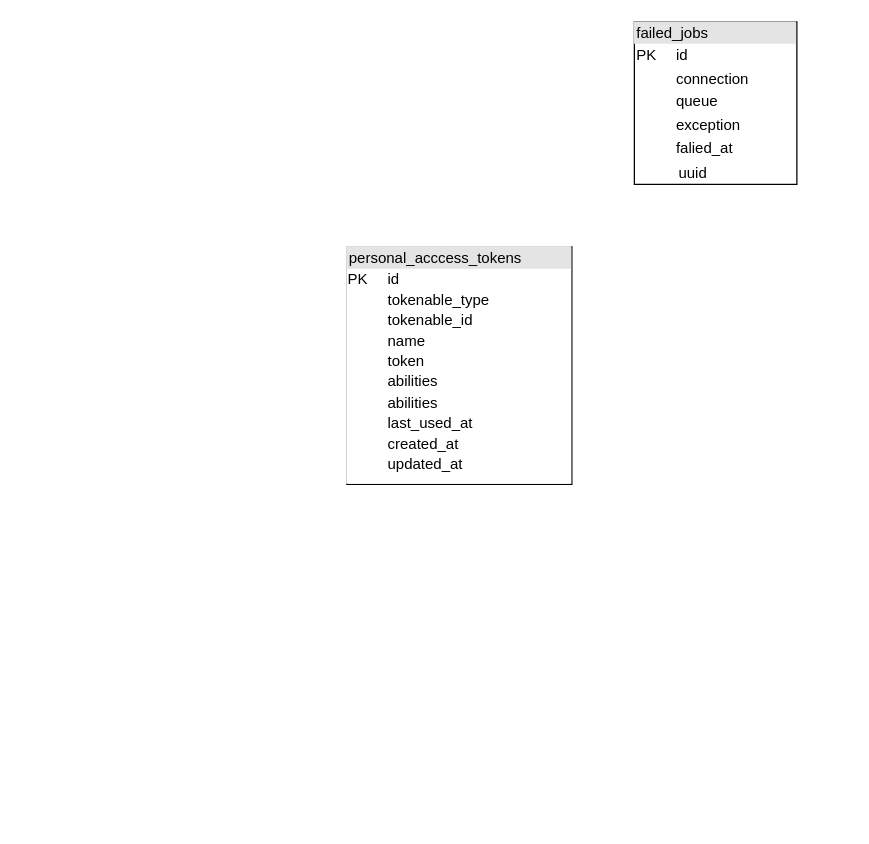
The draw.io diagram BD_MEMLA.drawio in harlock/Diagramas, before the edit. Source tidied: cells renumbered, new cells numbered last; positions are measured from the earlier drawing's top-left corner, leaving out a move shared by most shapes. Both pictures are drawn from the tidied source at 125%, with x=0, y=0 at pixel (346, 21).
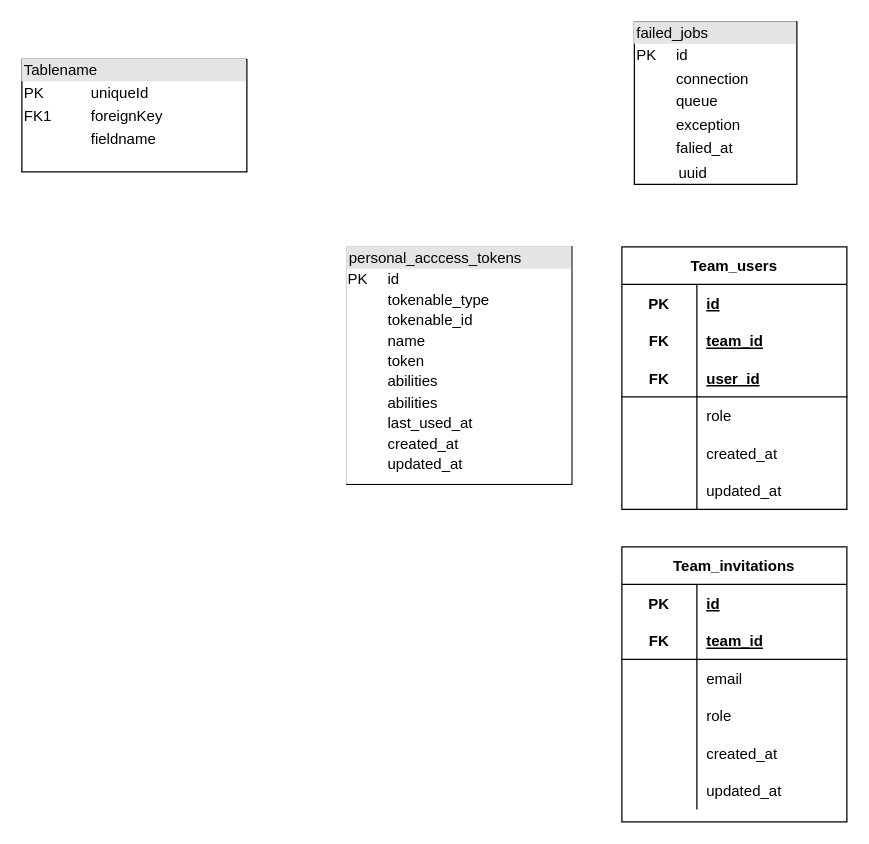
The same diagram, later.

Change to the diagram source:
```diff
@@
+    <mxCell id="4" value="&lt;div style=&quot;box-sizing:border-box;width:100%;background:#e4e4e4;padding:2px;&quot;&gt;Tablename&lt;/div&gt;&lt;table style=&quot;width:100%;font-size:1em;&quot; cellpadding=&quot;2&quot; cellspacing=&quot;0&quot;&gt;&lt;tr&gt;&lt;td&gt;PK&lt;/td&gt;&lt;td&gt;uniqueId&lt;/td&gt;&lt;/tr&gt;&lt;tr&gt;&lt;td&gt;FK1&lt;/td&gt;&lt;td&gt;foreignKey&lt;/td&gt;&lt;/tr&gt;&lt;tr&gt;&lt;td&gt;&lt;/td&gt;&lt;td&gt;fieldname&lt;/td&gt;&lt;/tr&gt;&lt;/table&gt;" style="verticalAlign=top;align=left;overflow=fill;html=1;" parent="1" vertex="1">
+      <mxGeometry x="-260" y="30" width="180" height="90" as="geometry" />
+    </mxCell>
+    <mxCell id="5" value="Team_users" style="shape=table;startSize=30;childLayout=tableLayout;rowLines=0;fontStyle=1;align=center;" parent="1" vertex="1">
+      <mxGeometry x="220" y="180" width="180" height="210" as="geometry" />
+    </mxCell>
+    <mxCell id="6" style="shape=tableRow;horizontal=0;startSize=0;swimlaneHead=0;swimlaneBody=0;fillColor=none;top=0;left=0;right=0;bottom=0;" parent="5" vertex="1">
+      <mxGeometry y="30" width="180" height="30" as="geometry" />
+    </mxCell>
+    <mxCell id="7" value="PK" style="shape=partialRectangle;fillColor=none;top=0;left=0;bottom=0;right=0;fontStyle=1;overflow=hidden;" parent="6" vertex="1">
+      <mxGeometry width="60" height="30" as="geometry" />
+    </mxCell>
+    <mxCell id="8" value="id" style="shape=partialRectangle;fillColor=none;top=0;left=0;bottom=0;right=0;align=left;spacingLeft=6;fontStyle=5;overflow=hidden;" parent="6" vertex="1">
+      <mxGeometry x="60" width="120" height="30" as="geometry" />
+    </mxCell>
+    <mxCell id="9" style="shape=tableRow;horizontal=0;startSize=0;swimlaneHead=0;swimlaneBody=0;fillColor=none;top=0;left=0;right=0;bottom=0;" parent="5" vertex="1">
+      <mxGeometry y="60" width="180" height="30" as="geometry" />
+    </mxCell>
+    <mxCell id="10" value="FK" style="shape=partialRectangle;fillColor=none;top=0;left=0;bottom=0;right=0;fontStyle=1;overflow=hidden;" parent="9" vertex="1">
+      <mxGeometry width="60" height="30" as="geometry" />
+    </mxCell>
+    <mxCell id="11" value="team_id" style="shape=partialRectangle;fillColor=none;top=0;left=0;bottom=0;right=0;align=left;spacingLeft=6;fontStyle=5;overflow=hidden;" parent="9" vertex="1">
+      <mxGeometry x="60" width="120" height="30" as="geometry" />
+    </mxCell>
+    <mxCell id="12" style="shape=tableRow;horizontal=0;startSize=0;swimlaneHead=0;swimlaneBody=0;fillColor=none;top=0;left=0;right=0;bottom=1;" parent="5" vertex="1">
+      <mxGeometry y="90" width="180" height="30" as="geometry" />
+    </mxCell>
+    <mxCell id="13" value="FK" style="shape=partialRectangle;fillColor=none;top=0;left=0;bottom=0;right=0;fontStyle=1;overflow=hidden;" parent="12" vertex="1">
+      <mxGeometry width="60" height="30" as="geometry" />
+    </mxCell>
+    <mxCell id="14" value="user_id" style="shape=partialRectangle;fillColor=none;top=0;left=0;bottom=0;right=0;align=left;spacingLeft=6;fontStyle=5;overflow=hidden;" parent="12" vertex="1">
+      <mxGeometry x="60" width="120" height="30" as="geometry" />
+    </mxCell>
+    <mxCell id="15" style="shape=tableRow;horizontal=0;startSize=0;swimlaneHead=0;swimlaneBody=0;fillColor=none;top=0;left=0;right=0;bottom=0;" parent="5" vertex="1">
+      <mxGeometry y="120" width="180" height="30" as="geometry" />
+    </mxCell>
+    <mxCell id="16" style="shape=partialRectangle;fillColor=none;top=0;left=0;bottom=0;right=0;overflow=hidden;" parent="15" vertex="1">
+      <mxGeometry width="60" height="30" as="geometry" />
+    </mxCell>
+    <mxCell id="17" value="role" style="shape=partialRectangle;fillColor=none;top=0;left=0;bottom=0;right=0;align=left;spacingLeft=6;overflow=hidden;" parent="15" vertex="1">
+      <mxGeometry x="60" width="120" height="30" as="geometry" />
+    </mxCell>
+    <mxCell id="18" style="shape=tableRow;horizontal=0;startSize=0;swimlaneHead=0;swimlaneBody=0;fillColor=none;top=0;left=0;right=0;bottom=0;" parent="5" vertex="1">
+      <mxGeometry y="150" width="180" height="30" as="geometry" />
+    </mxCell>
+    <mxCell id="19" style="shape=partialRectangle;fillColor=none;top=0;left=0;bottom=0;right=0;overflow=hidden;" parent="18" vertex="1">
+      <mxGeometry width="60" height="30" as="geometry" />
+    </mxCell>
+    <mxCell id="20" value="created_at" style="shape=partialRectangle;fillColor=none;top=0;left=0;bottom=0;right=0;align=left;spacingLeft=6;overflow=hidden;" parent="18" vertex="1">
+      <mxGeometry x="60" width="120" height="30" as="geometry" />
+    </mxCell>
+    <mxCell id="21" style="shape=tableRow;horizontal=0;startSize=0;swimlaneHead=0;swimlaneBody=0;fillColor=none;top=0;left=0;right=0;bottom=0;" parent="5" vertex="1">
+      <mxGeometry y="180" width="180" height="30" as="geometry" />
+    </mxCell>
+    <mxCell id="22" style="shape=partialRectangle;fillColor=none;top=0;left=0;bottom=0;right=0;overflow=hidden;" parent="21" vertex="1">
+      <mxGeometry width="60" height="30" as="geometry" />
+    </mxCell>
+    <mxCell id="23" value="updated_at" style="shape=partialRectangle;fillColor=none;top=0;left=0;bottom=0;right=0;align=left;spacingLeft=6;overflow=hidden;" parent="21" vertex="1">
+      <mxGeometry x="60" width="120" height="30" as="geometry" />
+    </mxCell>
+    <mxCell id="24" value="Team_invitations" style="shape=table;startSize=30;childLayout=tableLayout;rowLines=0;fontStyle=1;align=center;" parent="1" vertex="1">
+      <mxGeometry x="220" y="420" width="180" height="220" as="geometry" />
+    </mxCell>
+    <mxCell id="25" style="shape=tableRow;horizontal=0;startSize=0;swimlaneHead=0;swimlaneBody=0;fillColor=none;top=0;left=0;right=0;bottom=0;" parent="24" vertex="1">
+      <mxGeometry y="30" width="180" height="30" as="geometry" />
+    </mxCell>
+    <mxCell id="26" value="PK" style="shape=partialRectangle;fillColor=none;top=0;left=0;bottom=0;right=0;fontStyle=1;overflow=hidden;" parent="25" vertex="1">
+      <mxGeometry width="60" height="30" as="geometry" />
+    </mxCell>
+    <mxCell id="27" value="id" style="shape=partialRectangle;fillColor=none;top=0;left=0;bottom=0;right=0;align=left;spacingLeft=6;fontStyle=5;overflow=hidden;" parent="25" vertex="1">
+      <mxGeometry x="60" width="120" height="30" as="geometry" />
+    </mxCell>
+    <mxCell id="28" style="shape=tableRow;horizontal=0;startSize=0;swimlaneHead=0;swimlaneBody=0;fillColor=none;top=0;left=0;right=0;bottom=1;" parent="24" vertex="1">
+      <mxGeometry y="60" width="180" height="30" as="geometry" />
+    </mxCell>
+    <mxCell id="29" value="FK" style="shape=partialRectangle;fillColor=none;top=0;left=0;bottom=0;right=0;fontStyle=1;overflow=hidden;" parent="28" vertex="1">
+      <mxGeometry width="60" height="30" as="geometry" />
+    </mxCell>
+    <mxCell id="30" value="team_id" style="shape=partialRectangle;fillColor=none;top=0;left=0;bottom=0;right=0;align=left;spacingLeft=6;fontStyle=5;overflow=hidden;" parent="28" vertex="1">
+      <mxGeometry x="60" width="120" height="30" as="geometry" />
+    </mxCell>
+    <mxCell id="31" style="shape=tableRow;horizontal=0;startSize=0;swimlaneHead=0;swimlaneBody=0;fillColor=none;top=0;left=0;right=0;bottom=0;" parent="24" vertex="1">
+      <mxGeometry y="90" width="180" height="30" as="geometry" />
+    </mxCell>
+    <mxCell id="32" style="shape=partialRectangle;fillColor=none;top=0;left=0;bottom=0;right=0;overflow=hidden;" parent="31" vertex="1">
+      <mxGeometry width="60" height="30" as="geometry" />
+    </mxCell>
+    <mxCell id="33" value="email" style="shape=partialRectangle;fillColor=none;top=0;left=0;bottom=0;right=0;align=left;spacingLeft=6;overflow=hidden;" parent="31" vertex="1">
+      <mxGeometry x="60" width="120" height="30" as="geometry" />
+    </mxCell>
+    <mxCell id="34" style="shape=tableRow;horizontal=0;startSize=0;swimlaneHead=0;swimlaneBody=0;fillColor=none;top=0;left=0;right=0;bottom=0;" parent="24" vertex="1">
+      <mxGeometry y="120" width="180" height="30" as="geometry" />
+    </mxCell>
+    <mxCell id="35" style="shape=partialRectangle;fillColor=none;top=0;left=0;bottom=0;right=0;overflow=hidden;" parent="34" vertex="1">
+      <mxGeometry width="60" height="30" as="geometry" />
+    </mxCell>
+    <mxCell id="36" value="role" style="shape=partialRectangle;fillColor=none;top=0;left=0;bottom=0;right=0;align=left;spacingLeft=6;overflow=hidden;" parent="34" vertex="1">
+      <mxGeometry x="60" width="120" height="30" as="geometry" />
+    </mxCell>
+    <mxCell id="37" style="shape=tableRow;horizontal=0;startSize=0;swimlaneHead=0;swimlaneBody=0;fillColor=none;top=0;left=0;right=0;bottom=0;" parent="24" vertex="1">
+      <mxGeometry y="150" width="180" height="30" as="geometry" />
+    </mxCell>
+    <mxCell id="38" style="shape=partialRectangle;fillColor=none;top=0;left=0;bottom=0;right=0;overflow=hidden;" parent="37" vertex="1">
+      <mxGeometry width="60" height="30" as="geometry" />
+    </mxCell>
+    <mxCell id="39" value="created_at" style="shape=partialRectangle;fillColor=none;top=0;left=0;bottom=0;right=0;align=left;spacingLeft=6;overflow=hidden;" parent="37" vertex="1">
+      <mxGeometry x="60" width="120" height="30" as="geometry" />
+    </mxCell>
+    <mxCell id="40" style="shape=tableRow;horizontal=0;startSize=0;swimlaneHead=0;swimlaneBody=0;fillColor=none;top=0;left=0;right=0;bottom=0;" parent="24" vertex="1">
+      <mxGeometry y="180" width="180" height="30" as="geometry" />
+    </mxCell>
+    <mxCell id="41" style="shape=partialRectangle;fillColor=none;top=0;left=0;bottom=0;right=0;overflow=hidden;" parent="40" vertex="1">
+      <mxGeometry width="60" height="30" as="geometry" />
+    </mxCell>
+    <mxCell id="42" value="updated_at" style="shape=partialRectangle;fillColor=none;top=0;left=0;bottom=0;right=0;align=left;spacingLeft=6;overflow=hidden;" parent="40" vertex="1">
+      <mxGeometry x="60" width="120" height="30" as="geometry" />
+    </mxCell>
```
